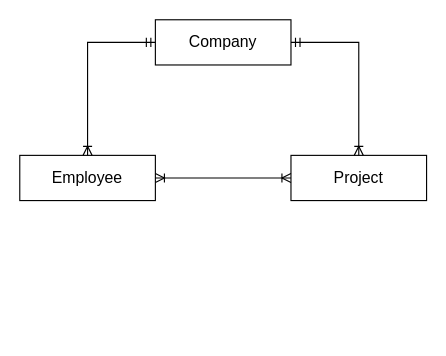
Before: asset/overview.drawio in dinhtp/lets-go, a draw.io diagram. Source tidied: cells renumbered, new cells numbered last; positions are measured from the earlier drawing's top-left corner, leaving out a move shared by most shapes. Both pictures are drawn from the tidied source at 113%, with x=0, y=0 at pixel (19, 19).
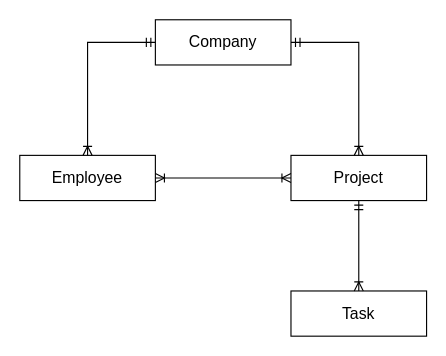
Above is the later version.

Change to the diagram source:
```diff
@@
 <mxGraphModel>
   <root>
     <mxCell id="0" />
     <mxCell id="1" parent="0" />
     <mxCell id="2" value="Company" style="whiteSpace=wrap;html=1;align=center;fontSize=14;" parent="1" vertex="1">
       <mxGeometry x="120" width="120" height="40" as="geometry" />
     </mxCell>
     <mxCell id="3" value="Project" style="whiteSpace=wrap;html=1;align=center;fontSize=14;" parent="1" vertex="1">
       <mxGeometry x="240" y="120" width="120" height="40" as="geometry" />
     </mxCell>
     <mxCell id="4" value="Employee" style="whiteSpace=wrap;html=1;align=center;fontSize=14;" parent="1" vertex="1">
       <mxGeometry y="120" width="120" height="40" as="geometry" />
     </mxCell>
     <mxCell id="5" style="fontSize=12;html=1;endArrow=ERoneToMany;startArrow=ERoneToMany;rounded=0;entryX=0;entryY=0.5;entryDx=0;entryDy=0;exitX=1;exitY=0.5;exitDx=0;exitDy=0;" parent="1" edge="1" source="4" target="3">
       <mxGeometry relative="1" as="geometry" />
     </mxCell>
     <mxCell id="6" style="fontSize=12;html=1;endArrow=ERoneToMany;startArrow=ERmandOne;rounded=0;entryX=0.5;entryY=0;entryDx=0;entryDy=0;exitX=0;exitY=0.5;exitDx=0;exitDy=0;" parent="1" edge="1" source="2" target="4">
       <mxGeometry relative="1" as="geometry">
         <Array as="points">
           <mxPoint x="60" y="20" />
         </Array>
       </mxGeometry>
     </mxCell>
     <mxCell id="7" style="fontSize=12;html=1;endArrow=ERoneToMany;startArrow=ERmandOne;rounded=0;entryX=0.5;entryY=0;entryDx=0;entryDy=0;exitX=1;exitY=0.5;exitDx=0;exitDy=0;" parent="1" edge="1" source="2" target="3">
       <mxGeometry relative="1" as="geometry">
         <Array as="points">
           <mxPoint x="300" y="20" />
         </Array>
       </mxGeometry>
     </mxCell>
+    <mxCell id="8" value="Task" style="whiteSpace=wrap;html=1;align=center;fontSize=14;" parent="1" vertex="1">
+      <mxGeometry x="240" y="240" width="120" height="40" as="geometry" />
+    </mxCell>
+    <mxCell id="9" style="fontSize=12;html=1;endArrow=ERoneToMany;startArrow=ERmandOne;rounded=0;entryX=0.5;entryY=0;entryDx=0;entryDy=0;exitX=0.5;exitY=1;exitDx=0;exitDy=0;" parent="1" edge="1" source="3" target="8">
+      <mxGeometry relative="1" as="geometry" />
+    </mxCell>
   </root>
 </mxGraphModel>
```
